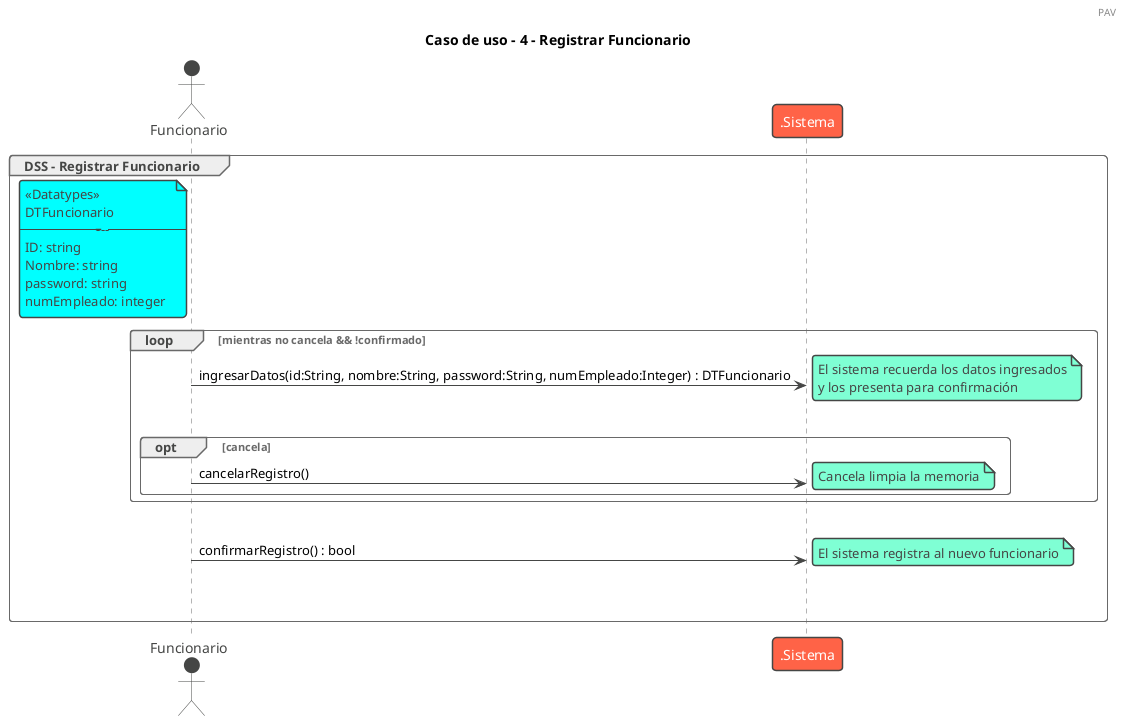
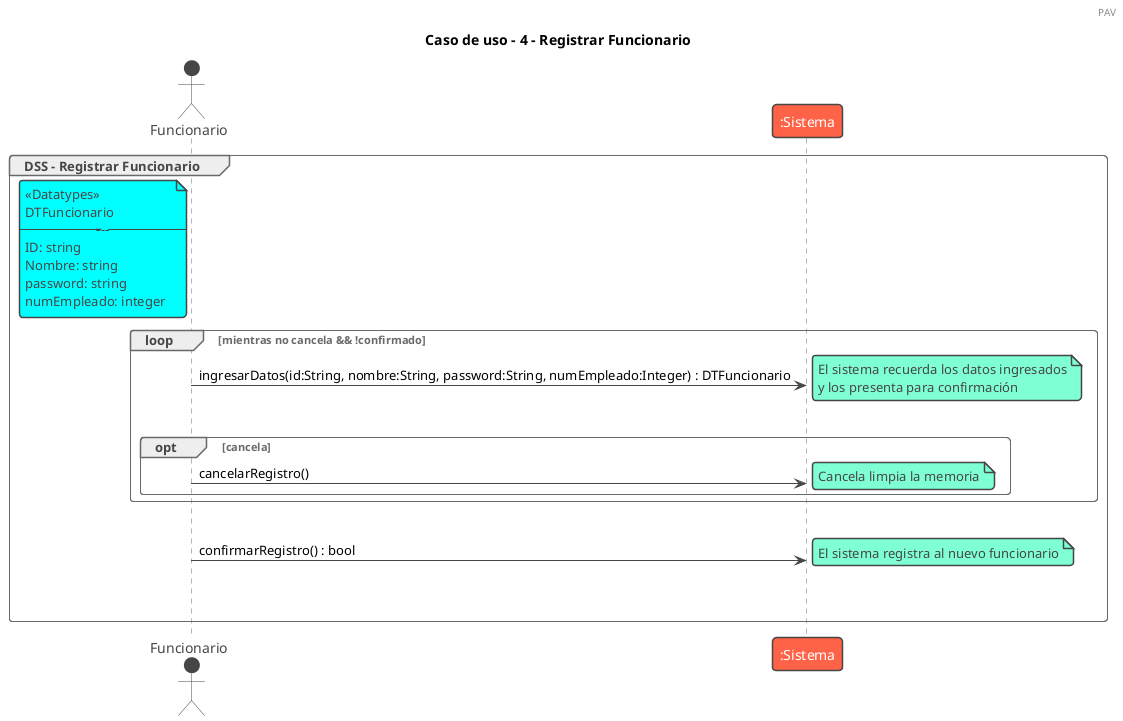
@startuml registrarFuncionario

/' El caso de uso comienza cuando un funcionario, que previamente ha iniciado
sesión, desea registrar un nuevo funcionario. El sistema solicita el identificador, el
nombre, la contraseña y el número de empleado del nuevo funcionario. Luego de
ingresar esta información, el sistema la presenta para confirmación. Si el
funcionario confirma, el sistema registra al nuevo funcionario '/


!theme vibrant
header PAV

title Caso de uso - 4 - Registrar Funcionario

group DSS - Registrar Funcionario
Actor Funcionario

note left of Funcionario #aqua
<<Datatypes>>
DTFuncionario
-----------
ID: string
Nombre: string
password: string
numEmpleado: integer
end note

loop mientras no cancela && !confirmado

-     Funcionario -> .Sistema : ingresarDatos(id:String, nombre:String, password:String, numEmpleado:Integer) : DTFuncionario
+     Funcionario -> ":Sistema" : ingresarDatos(id:String, nombre:String, password:String, numEmpleado:Integer) : DTFuncionario
    note right: El sistema recuerda los datos ingresados\ny los presenta para confirmación

    |||

    opt cancela
-         Funcionario -> .Sistema : cancelarRegistro()
+         Funcionario -> ":Sistema" : cancelarRegistro()
        note right: Cancela limpia la memoria
    end

end

|||

- Funcionario -> .Sistema : confirmarRegistro() : bool
+ Funcionario -> ":Sistema" : confirmarRegistro() : bool
note right: El sistema registra al nuevo funcionario

|||
|||

end
@enduml